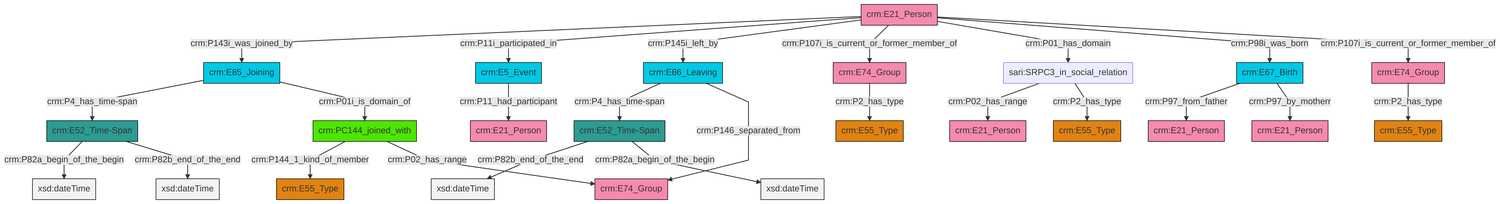
Before: et/personCSV/ttl/mmd/png/Person_Actor_Relations.png, a diagram exported from Mermaid (swiss-art-research-net/reference-data-models). Its source is kept beside it as et/personCSV/ttl/mmd/Person_Actor_Relations.ttl.mmd.
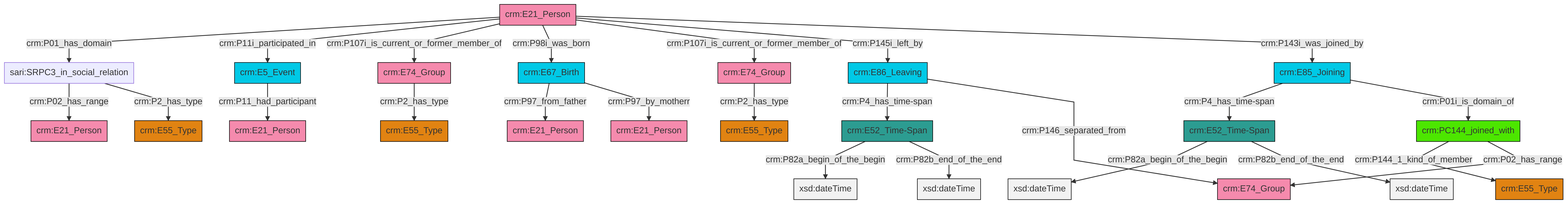
After the commit.

Change to the diagram source:
```diff
@@ -13,27 +13,27 @@
 classDef PC_Classes fill:#4ce600, stroke:#000000;
 classDef Multi fill:#cccccc,stroke:#000000;
 
-0["crm:E21_Person"]:::Actor -->|crm:P143i_was_joined_by| 1["crm:E85_Joining"]:::Temporal_Entity
-2["crm:E74_Group"]:::Actor -->|crm:P2_has_type| 3["crm:E55_Type"]:::Type
-4["crm:E74_Group"]:::Actor -->|crm:P2_has_type| 5["crm:E55_Type"]:::Type
-8["crm:E52_Time-Span"]:::Time-Span -->|crm:P82a_begin_of_the_begin| 9[xsd:dateTime]:::Literal
-14["crm:PC144_joined_with"]:::PC_Classes -->|crm:P144_1_kind_of_member| 15["crm:E55_Type"]:::Type
-0["crm:E21_Person"]:::Actor -->|crm:P11i_participated_in| 16["crm:E5_Event"]:::Temporal_Entity
-16["crm:E5_Event"]:::Temporal_Entity -->|crm:P11_had_participant| 6["crm:E21_Person"]:::Actor
-19["crm:E67_Birth"]:::Temporal_Entity -->|crm:P97_from_father| 11["crm:E21_Person"]:::Actor
-25["crm:E52_Time-Span"]:::Time-Span -->|crm:P82b_end_of_the_end| 26[xsd:dateTime]:::Literal
-0["crm:E21_Person"]:::Actor -->|crm:P145i_left_by| 27["crm:E86_Leaving"]:::Temporal_Entity
-0["crm:E21_Person"]:::Actor -->|crm:P107i_is_current_or_former_member_of| 2["crm:E74_Group"]:::Actor
-1["crm:E85_Joining"]:::Temporal_Entity -->|crm:P4_has_time-span| 8["crm:E52_Time-Span"]:::Time-Span
-28["sari:SRPC3_in_social_relation"]:::Default -->|crm:P02_has_range| 20["crm:E21_Person"]:::Actor
-25["crm:E52_Time-Span"]:::Time-Span -->|crm:P82a_begin_of_the_begin| 29[xsd:dateTime]:::Literal
-27["crm:E86_Leaving"]:::Temporal_Entity -->|crm:P4_has_time-span| 25["crm:E52_Time-Span"]:::Time-Span
-27["crm:E86_Leaving"]:::Temporal_Entity -->|crm:P146_separated_from| 30["crm:E74_Group"]:::Actor
-19["crm:E67_Birth"]:::Temporal_Entity -->|crm:P97_by_motherr| 31["crm:E21_Person"]:::Actor
-0["crm:E21_Person"]:::Actor -->|crm:P01_has_domain| 28["sari:SRPC3_in_social_relation"]:::Default
-1["crm:E85_Joining"]:::Temporal_Entity -->|crm:P01i_is_domain_of| 14["crm:PC144_joined_with"]:::PC_Classes
-0["crm:E21_Person"]:::Actor -->|crm:P98i_was_born| 19["crm:E67_Birth"]:::Temporal_Entity
-28["sari:SRPC3_in_social_relation"]:::Default -->|crm:P2_has_type| 37["crm:E55_Type"]:::Type
-8["crm:E52_Time-Span"]:::Time-Span -->|crm:P82b_end_of_the_end| 42[xsd:dateTime]:::Literal
-0["crm:E21_Person"]:::Actor -->|crm:P107i_is_current_or_former_member_of| 4["crm:E74_Group"]:::Actor
-14["crm:PC144_joined_with"]:::PC_Classes -->|crm:P02_has_range| 30["crm:E74_Group"]:::Actor
+0["crm:E21_Person"]:::Actor -->|crm:P01_has_domain| 1["sari:SRPC3_in_social_relation"]:::Default
+4["crm:E52_Time-Span"]:::Time-Span -->|crm:P82a_begin_of_the_begin| 5[xsd:dateTime]:::Literal
+6["crm:E67_Birth"]:::Temporal_Entity -->|crm:P97_from_father| 7["crm:E21_Person"]:::Actor
+10["crm:PC144_joined_with"]:::PC_Classes -->|crm:P144_1_kind_of_member| 11["crm:E55_Type"]:::Type
+14["crm:E86_Leaving"]:::Temporal_Entity -->|crm:P4_has_time-span| 15["crm:E52_Time-Span"]:::Time-Span
+0["crm:E21_Person"]:::Actor -->|crm:P11i_participated_in| 12["crm:E5_Event"]:::Temporal_Entity
+12["crm:E5_Event"]:::Temporal_Entity -->|crm:P11_had_participant| 20["crm:E21_Person"]:::Actor
+1["sari:SRPC3_in_social_relation"]:::Default -->|crm:P02_has_range| 8["crm:E21_Person"]:::Actor
+0["crm:E21_Person"]:::Actor -->|crm:P107i_is_current_or_former_member_of| 27["crm:E74_Group"]:::Actor
+14["crm:E86_Leaving"]:::Temporal_Entity -->|crm:P146_separated_from| 28["crm:E74_Group"]:::Actor
+4["crm:E52_Time-Span"]:::Time-Span -->|crm:P82b_end_of_the_end| 29[xsd:dateTime]:::Literal
+15["crm:E52_Time-Span"]:::Time-Span -->|crm:P82a_begin_of_the_begin| 32[xsd:dateTime]:::Literal
+36["crm:E85_Joining"]:::Temporal_Entity -->|crm:P4_has_time-span| 4["crm:E52_Time-Span"]:::Time-Span
+0["crm:E21_Person"]:::Actor -->|crm:P98i_was_born| 6["crm:E67_Birth"]:::Temporal_Entity
+0["crm:E21_Person"]:::Actor -->|crm:P107i_is_current_or_former_member_of| 25["crm:E74_Group"]:::Actor
+0["crm:E21_Person"]:::Actor -->|crm:P145i_left_by| 14["crm:E86_Leaving"]:::Temporal_Entity
+27["crm:E74_Group"]:::Actor -->|crm:P2_has_type| 38["crm:E55_Type"]:::Type
+36["crm:E85_Joining"]:::Temporal_Entity -->|crm:P01i_is_domain_of| 10["crm:PC144_joined_with"]:::PC_Classes
+6["crm:E67_Birth"]:::Temporal_Entity -->|crm:P97_by_motherr| 21["crm:E21_Person"]:::Actor
+15["crm:E52_Time-Span"]:::Time-Span -->|crm:P82b_end_of_the_end| 45[xsd:dateTime]:::Literal
+10["crm:PC144_joined_with"]:::PC_Classes -->|crm:P02_has_range| 28["crm:E74_Group"]:::Actor
+25["crm:E74_Group"]:::Actor -->|crm:P2_has_type| 2["crm:E55_Type"]:::Type
+1["sari:SRPC3_in_social_relation"]:::Default -->|crm:P2_has_type| 18["crm:E55_Type"]:::Type
+0["crm:E21_Person"]:::Actor -->|crm:P143i_was_joined_by| 36["crm:E85_Joining"]:::Temporal_Entity
```
